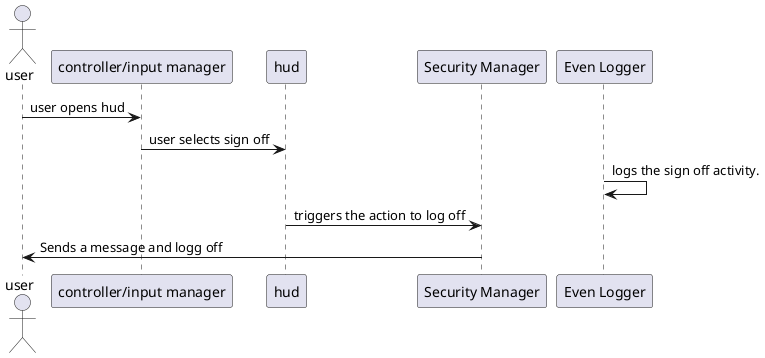
Above: uml/sequence diagrams/signoff/signoff.png in batunii/Project_X (PlantUML), before the change.
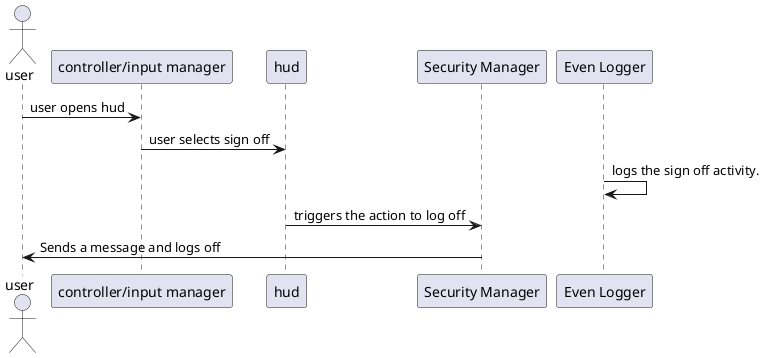
Above is the later version.

Commit message:
Spell Check

Diff of the diagram source:
```diff
@@ -9,5 +9,5 @@
 input -> hud : user selects sign off
 log -> log : logs the sign off activity.
 hud -> auth : triggers the action to log off
-auth -> user : Sends a message and logg off
+auth -> user : Sends a message and logs off
 @enduml
```
